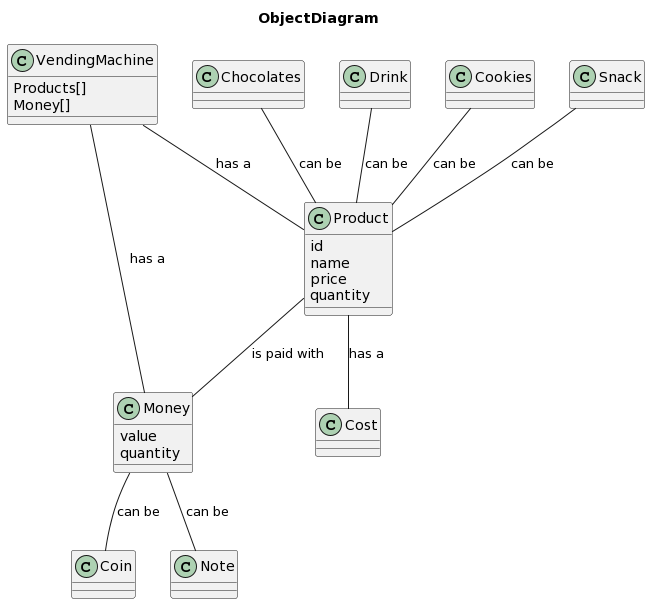
The PlantUML diagram docs/diagrams/object diagram/DiagramObject.png in mmasias/idsw2, before a commit.
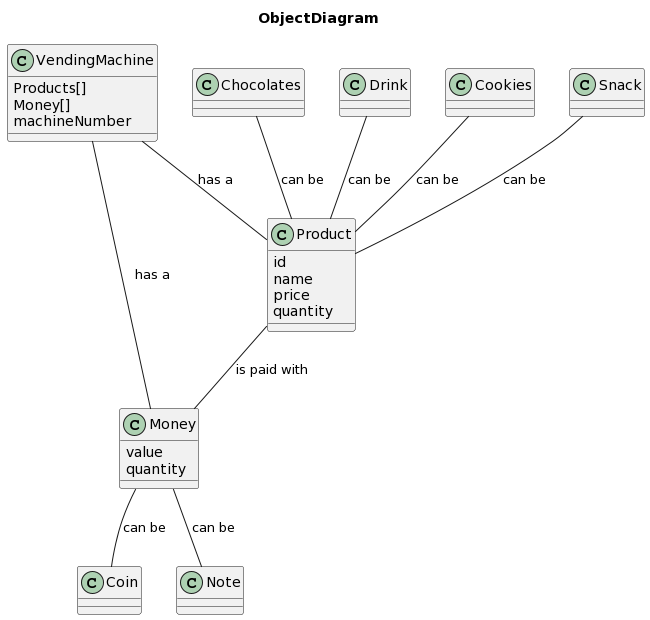
Above is the later version.

What changed in the source:
```diff
@@ -19,11 +19,9 @@
 class VendingMachine{
 Products[]
 Money[]
+machineNumber
 }
 
-
-
-Product -- Cost : has a
 VendingMachine -- Product : has a
 VendingMachine -- Money : has a
 Product -- Money : is paid with
```
